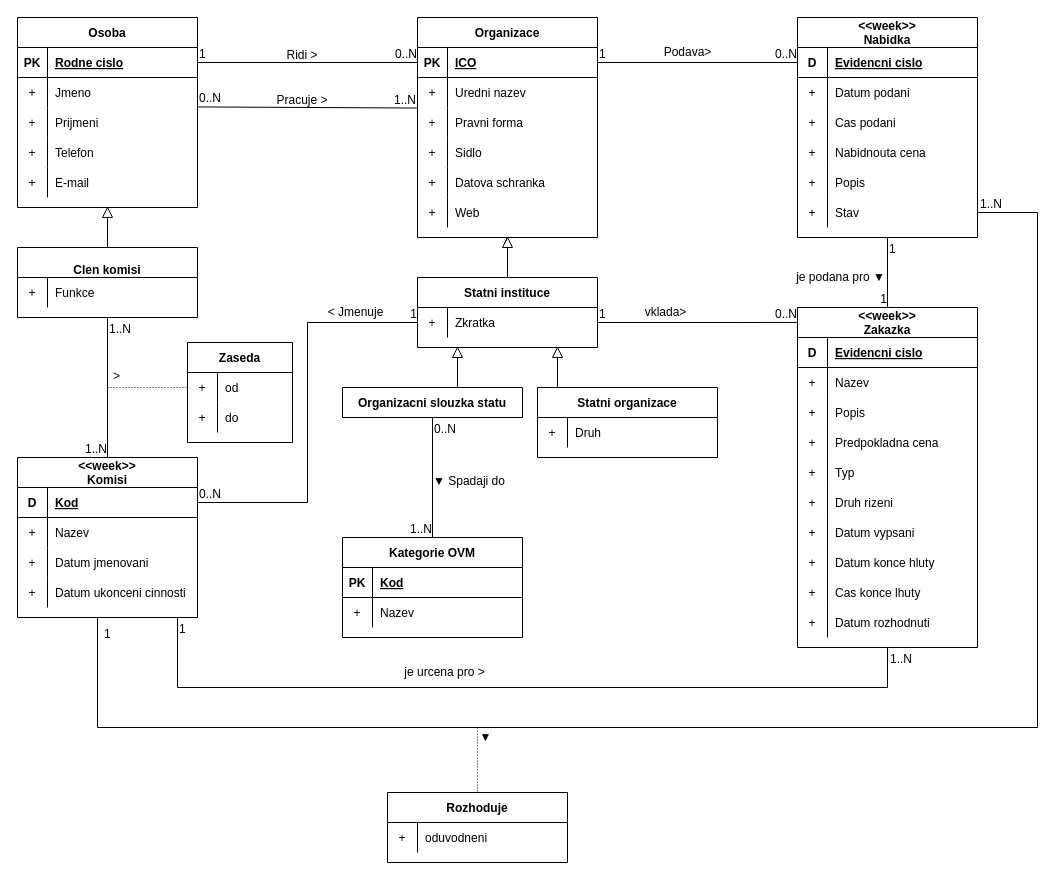
This is ER_dia.drawio from xshche05/IUS, a draw.io file, before an edit. Source tidied: cells renumbered, new cells numbered last; positions are measured from the earlier drawing's top-left corner, leaving out a move shared by most shapes. Both pictures are drawn from the tidied source at 100%, with x=0, y=0 at pixel (17, 17).
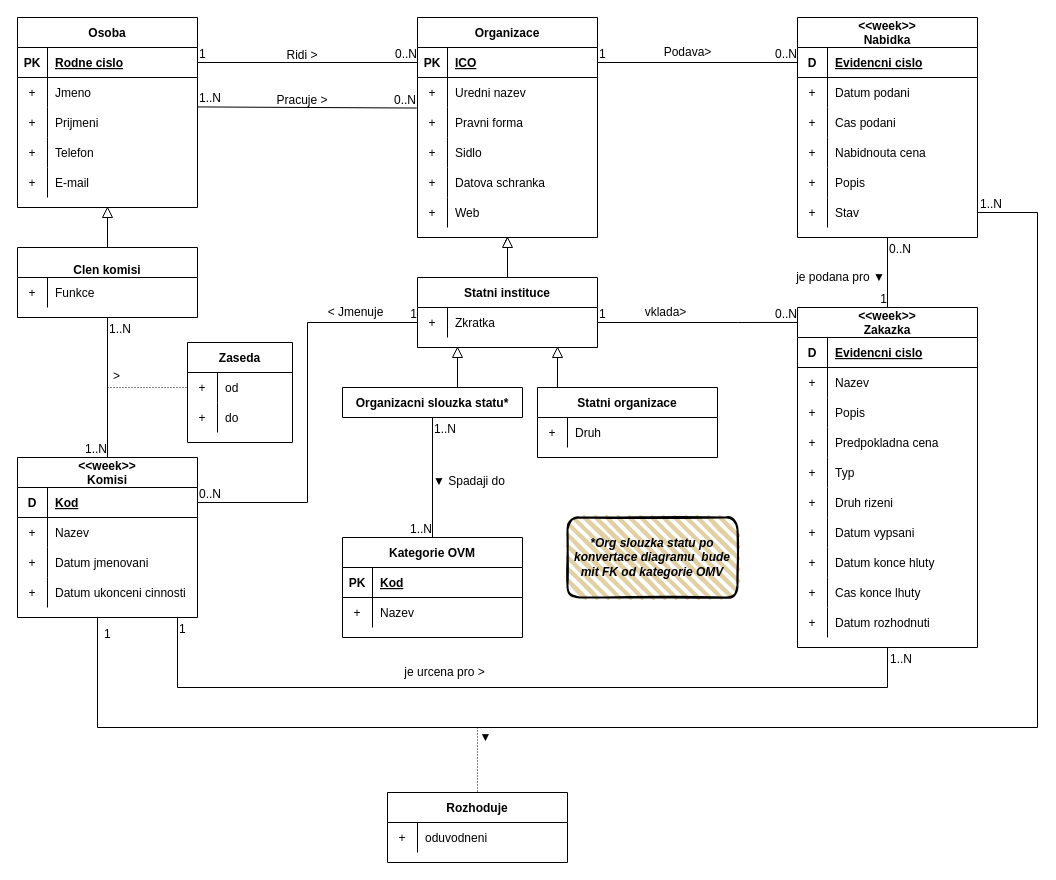
Above is the later version.

Unchanged cells that the change refers to:
```xml
<mxCell id="61" style="endArrow=none;html=1;rounded=0;exitX=1.002;exitY=0.981;exitDx=0;exitDy=0;entryX=-0.004;entryY=1.018;entryDx=0;entryDy=0;exitPerimeter=0;entryPerimeter=0;" parent="60" edge="1" source="6" target="22">
  <mxGeometry relative="1" as="geometry" />
</mxCell>
<mxCell id="103" style="endArrow=none;html=1;rounded=0;exitX=0.5;exitY=1;exitDx=0;exitDy=0;entryX=0.5;entryY=0;entryDx=0;entryDy=0;" parent="1" edge="1" source="91" target="96">
  <mxGeometry relative="1" as="geometry" />
</mxCell>
<mxCell id="173" style="endArrow=none;html=1;rounded=0;exitX=0.5;exitY=1;exitDx=0;exitDy=0;entryX=0.5;entryY=0;entryDx=0;entryDy=0;" parent="1" edge="1" source="150" target="107">
  <mxGeometry relative="1" as="geometry" />
</mxCell>
```

What changed in the source:
```diff
@@
-    <mxCell id="62" value="0..N" style="html=1;align=left;verticalAlign=bottom;" parent="61" vertex="1">
+    <mxCell id="62" value="1..N" style="html=1;align=left;verticalAlign=bottom;" parent="61" vertex="1">
       <mxGeometry x="-1" relative="1" as="geometry" />
     </mxCell>
-    <mxCell id="63" value="1..N" style="html=1;align=right;verticalAlign=bottom;" parent="61" vertex="1">
+    <mxCell id="63" value="0..N" style="html=1;align=right;verticalAlign=bottom;" parent="61" vertex="1">
       <mxGeometry x="1" relative="1" as="geometry" />
     </mxCell>
@@
-    <mxCell id="91" value="Organizacni slouzka statu" style="swimlane;fontStyle=1;horizontal=1;startSize=30;" parent="1" vertex="1">
+    <mxCell id="91" value="Organizacni slouzka statu*" style="swimlane;fontStyle=1;horizontal=1;startSize=30;" parent="1" vertex="1">
       <mxGeometry x="325" y="370" width="180" height="30" as="geometry" />
     </mxCell>
@@
-    <mxCell id="104" value="0..N" style="html=1;align=left;verticalAlign=bottom;" parent="103" vertex="1">
+    <mxCell id="104" value="1..N" style="html=1;align=left;verticalAlign=bottom;" parent="103" vertex="1">
       <mxGeometry x="-1" relative="1" as="geometry">
         <mxPoint y="20" as="offset" />
       </mxGeometry>
     </mxCell>
@@
-    <mxCell id="174" value="1" style="html=1;align=left;verticalAlign=bottom;" parent="173" vertex="1">
+    <mxCell id="174" value="0..N" style="html=1;align=left;verticalAlign=bottom;" parent="173" vertex="1">
       <mxGeometry x="-1" relative="1" as="geometry">
         <mxPoint y="20" as="offset" />
       </mxGeometry>
     </mxCell>
@@
+    <mxCell id="187" style="group;" parent="1" vertex="1">
+      <mxGeometry x="550" y="500" width="170" height="80" as="geometry" />
+    </mxCell>
+    <mxCell id="188" style="rounded=1;whiteSpace=wrap;html=1;strokeWidth=2;fillWeight=4;hachureGap=8;hachureAngle=45;fillColor=#E2D0A5;sketch=1;" parent="187" vertex="1">
+      <mxGeometry width="170" height="80" as="geometry" />
+    </mxCell>
+    <mxCell id="189" value="&lt;div style=&quot;&quot;&gt;&lt;span style=&quot;background-color: initial;&quot;&gt;&lt;b&gt;&lt;i&gt;*Org slouzka statu po konvertace diagramu&amp;nbsp; bude mit FK od kategorie OMV&lt;/i&gt;&lt;/b&gt;&lt;/span&gt;&lt;/div&gt;" style="text;html=1;strokeColor=none;fillColor=none;align=center;verticalAlign=middle;whiteSpace=wrap;rounded=0;" parent="187" vertex="1">
+      <mxGeometry x="5" y="3.6" width="160" height="72.7" as="geometry" />
+    </mxCell>
```
